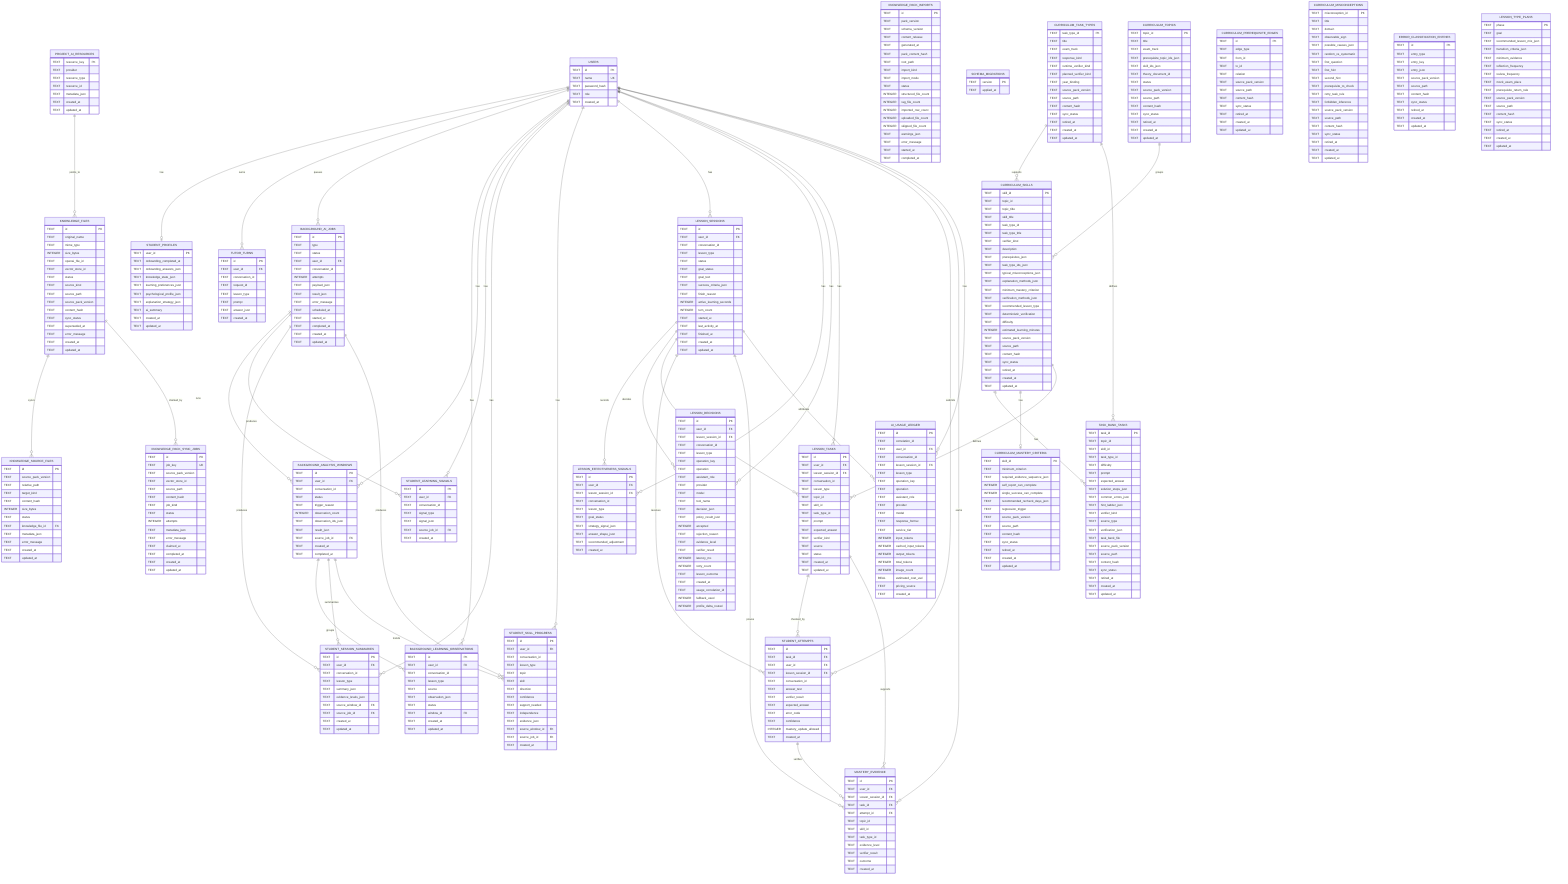
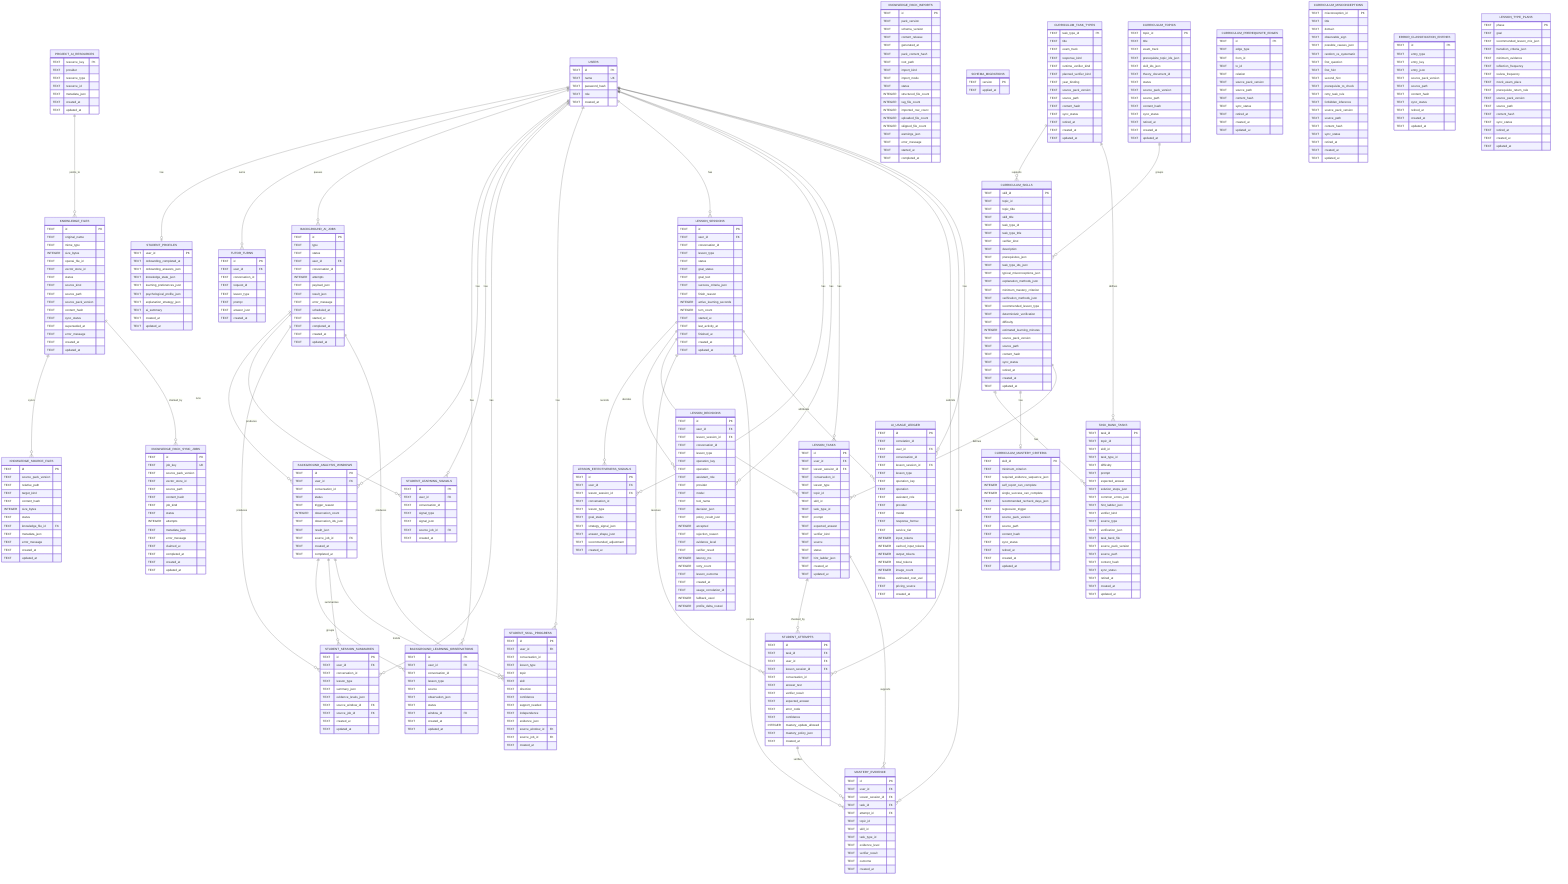
erDiagram
  USERS {
    TEXT id PK
    TEXT name UK
    TEXT password_hash
    TEXT role
    TEXT created_at
  }

  KNOWLEDGE_FILES {
    TEXT id PK
    TEXT original_name
    TEXT mime_type
    INTEGER size_bytes
    TEXT openai_file_id
    TEXT vector_store_id
    TEXT status
    TEXT source_kind
    TEXT source_path
    TEXT source_pack_version
    TEXT content_hash
    TEXT sync_status
    TEXT superseded_at
    TEXT error_message
    TEXT created_at
    TEXT updated_at
  }

  PROJECT_AI_RESOURCES {
    TEXT resource_key PK
    TEXT provider
    TEXT resource_type
    TEXT resource_id
    TEXT metadata_json
    TEXT created_at
    TEXT updated_at
  }

  KNOWLEDGE_SOURCE_FILES {
    TEXT id PK
    TEXT source_pack_version
    TEXT relative_path
    TEXT target_kind
    TEXT content_hash
    INTEGER size_bytes
    TEXT status
    TEXT knowledge_file_id FK
    TEXT metadata_json
    TEXT error_message
    TEXT created_at
    TEXT updated_at
  }

  KNOWLEDGE_PACK_IMPORTS {
    TEXT id PK
    TEXT pack_version
    TEXT schema_version
    TEXT content_release
    TEXT generated_at
    TEXT pack_content_hash
    TEXT root_path
    TEXT import_kind
    TEXT import_mode
    TEXT status
    INTEGER structured_file_count
    INTEGER rag_file_count
    INTEGER imported_row_count
    INTEGER uploaded_file_count
    INTEGER skipped_file_count
    TEXT warnings_json
    TEXT error_message
    TEXT started_at
    TEXT completed_at
  }

  KNOWLEDGE_PACK_SYNC_JOBS {
    TEXT id PK
    TEXT job_key UK
    TEXT source_pack_version
    TEXT vector_store_id
    TEXT source_path
    TEXT content_hash
    TEXT job_kind
    TEXT status
    INTEGER attempts
    TEXT metadata_json
    TEXT error_message
    TEXT claimed_at
    TEXT completed_at
    TEXT created_at
    TEXT updated_at
  }

  SCHEMA_MIGRATIONS {
    TEXT version PK
    TEXT applied_at
  }

  STUDENT_PROFILES {
    TEXT user_id PK
    TEXT onboarding_completed_at
    TEXT onboarding_answers_json
    TEXT knowledge_state_json
    TEXT learning_preferences_json
    TEXT psychological_profile_json
    TEXT explanation_strategy_json
    TEXT ai_summary
    TEXT created_at
    TEXT updated_at
  }

  TUTOR_TURNS {
    TEXT id PK
    TEXT user_id FK
    TEXT conversation_id
    TEXT request_id
    TEXT lesson_type
    TEXT prompt
    TEXT answer_json
    TEXT created_at
  }

  BACKGROUND_AI_JOBS {
    TEXT id PK
    TEXT type
    TEXT status
    TEXT user_id FK
    TEXT conversation_id
    INTEGER attempts
    TEXT payload_json
    TEXT result_json
    TEXT error_message
    TEXT scheduled_at
    TEXT started_at
    TEXT completed_at
    TEXT created_at
    TEXT updated_at
  }

  BACKGROUND_LEARNING_OBSERVATIONS {
    TEXT id PK
    TEXT user_id FK
    TEXT conversation_id
    TEXT lesson_type
    TEXT source
    TEXT observation_json
    TEXT status
    TEXT window_id FK
    TEXT created_at
    TEXT updated_at
  }

  BACKGROUND_ANALYSIS_WINDOWS {
    TEXT id PK
    TEXT user_id FK
    TEXT conversation_id
    TEXT status
    TEXT trigger_reason
    INTEGER observation_count
    TEXT observation_ids_json
    TEXT result_json
    TEXT source_job_id FK
    TEXT created_at
    TEXT completed_at
  }

  STUDENT_LEARNING_SIGNALS {
    TEXT id PK
    TEXT user_id FK
    TEXT conversation_id
    TEXT signal_type
    TEXT signal_json
    TEXT source_job_id FK
    TEXT created_at
  }

  STUDENT_SESSION_SUMMARIES {
    TEXT id PK
    TEXT user_id FK
    TEXT conversation_id
    TEXT lesson_type
    TEXT summary_json
    TEXT evidence_levels_json
    TEXT source_window_id FK
    TEXT source_job_id FK
    TEXT created_at
    TEXT updated_at
  }

  STUDENT_SKILL_PROGRESS {
    TEXT id PK
    TEXT user_id FK
    TEXT conversation_id
    TEXT lesson_type
    TEXT topic
    TEXT skill
    TEXT direction
    TEXT confidence
    TEXT support_needed
    TEXT independence
    TEXT evidence_json
    TEXT source_window_id FK
    TEXT source_job_id FK
    TEXT created_at
  }

  LESSON_SESSIONS {
    TEXT id PK
    TEXT user_id FK
    TEXT conversation_id
    TEXT lesson_type
    TEXT status
    TEXT goal_status
    TEXT goal_text
    TEXT success_criteria_json
    TEXT finish_reason
    INTEGER active_learning_seconds
    INTEGER turn_count
    TEXT started_at
    TEXT last_activity_at
    TEXT finished_at
    TEXT created_at
    TEXT updated_at
  }

  LESSON_EFFECTIVENESS_SIGNALS {
    TEXT id PK
    TEXT user_id FK
    TEXT lesson_session_id FK
    TEXT conversation_id
    TEXT lesson_type
    TEXT goal_status
    TEXT strategy_signal_json
    TEXT answer_shape_json
    TEXT recommended_adjustment
    TEXT created_at
  }

  LESSON_DECISIONS {
    TEXT id PK
    TEXT user_id FK
    TEXT lesson_session_id FK
    TEXT conversation_id
    TEXT lesson_type
    TEXT operation_key
    TEXT operation
    TEXT assistant_role
    TEXT provider
    TEXT model
    TEXT tool_name
    TEXT decision_json
    TEXT policy_result_json
    INTEGER accepted
    TEXT rejection_reason
    TEXT evidence_level
    TEXT verifier_result
    INTEGER latency_ms
    INTEGER retry_count
    TEXT lesson_outcome
    TEXT created_at
    TEXT usage_correlation_id
    INTEGER fallback_used
    INTEGER profile_delta_routed
  }

  CURRICULUM_SKILLS {
    TEXT skill_id PK
    TEXT topic_id
    TEXT topic_title
    TEXT skill_title
    TEXT task_type_id
    TEXT task_type_title
    TEXT verifier_kind
    TEXT description
    TEXT prerequisites_json
    TEXT task_type_ids_json
    TEXT typical_misconceptions_json
    TEXT explanation_methods_json
    TEXT minimum_mastery_criterion
    TEXT verification_methods_json
    TEXT recommended_lesson_type
    TEXT deterministic_verification
    TEXT difficulty
    INTEGER estimated_learning_minutes
    TEXT source_pack_version
    TEXT source_path
    TEXT content_hash
    TEXT sync_status
    TEXT retired_at
    TEXT created_at
    TEXT updated_at
  }

  CURRICULUM_TOPICS {
    TEXT topic_id PK
    TEXT title
    TEXT exam_track
    TEXT prerequisite_topic_ids_json
    TEXT skill_ids_json
    TEXT theory_document_id
    TEXT status
    TEXT source_pack_version
    TEXT source_path
    TEXT content_hash
    TEXT sync_status
    TEXT retired_at
    TEXT created_at
    TEXT updated_at
  }

  CURRICULUM_TASK_TYPES {
    TEXT task_type_id PK
    TEXT title
    TEXT exam_track
    TEXT response_kind
    TEXT runtime_verifier_kind
    TEXT planned_verifier_kind
    TEXT year_binding
    TEXT source_pack_version
    TEXT source_path
    TEXT content_hash
    TEXT sync_status
    TEXT retired_at
    TEXT created_at
    TEXT updated_at
  }

  CURRICULUM_PREREQUISITE_EDGES {
    TEXT id PK
    TEXT edge_type
    TEXT from_id
    TEXT to_id
    TEXT relation
    TEXT source_pack_version
    TEXT source_path
    TEXT content_hash
    TEXT sync_status
    TEXT retired_at
    TEXT created_at
    TEXT updated_at
  }

  CURRICULUM_MASTERY_CRITERIA {
    TEXT skill_id PK
    TEXT minimum_criterion
    TEXT required_evidence_sequence_json
    INTEGER self_report_can_complete
    INTEGER single_success_can_complete
    TEXT recommended_recheck_days_json
    TEXT regression_trigger
    TEXT source_pack_version
    TEXT source_path
    TEXT content_hash
    TEXT sync_status
    TEXT retired_at
    TEXT created_at
    TEXT updated_at
  }

  CURRICULUM_MISCONCEPTIONS {
    TEXT misconception_id PK
    TEXT title
    TEXT domain
    TEXT observable_sign
    TEXT possible_causes_json
    TEXT random_vs_systematic
    TEXT first_question
    TEXT first_hint
    TEXT second_hint
    TEXT prerequisite_to_check
    TEXT retry_task_rule
    TEXT forbidden_inference
    TEXT source_pack_version
    TEXT source_path
    TEXT content_hash
    TEXT sync_status
    TEXT retired_at
    TEXT created_at
    TEXT updated_at
  }

  ERROR_CLASSIFICATION_ENTRIES {
    TEXT id PK
    TEXT entry_type
    TEXT entry_key
    TEXT entry_json
    TEXT source_pack_version
    TEXT source_path
    TEXT content_hash
    TEXT sync_status
    TEXT retired_at
    TEXT created_at
    TEXT updated_at
  }

  LESSON_TYPE_PLANS {
    TEXT phase PK
    TEXT goal
    TEXT recommended_lesson_mix_json
    TEXT transition_criteria_json
    TEXT minimum_evidence
    TEXT reflection_frequency
    TEXT review_frequency
    TEXT mock_exam_place
    TEXT prerequisite_return_rule
    TEXT source_pack_version
    TEXT source_path
    TEXT content_hash
    TEXT sync_status
    TEXT retired_at
    TEXT created_at
    TEXT updated_at
  }

  TASK_BANK_TASKS {
    TEXT task_id PK
    TEXT topic_id
    TEXT skill_id
    TEXT task_type_id
    TEXT difficulty
    TEXT prompt
    TEXT expected_answer
    TEXT solution_steps_json
    TEXT common_errors_json
    TEXT hint_ladder_json
    TEXT verifier_kind
    TEXT source_type
    TEXT verification_json
    TEXT task_bank_file
    TEXT source_pack_version
    TEXT source_path
    TEXT content_hash
    TEXT sync_status
    TEXT retired_at
    TEXT created_at
    TEXT updated_at
  }

  LESSON_TASKS {
    TEXT id PK
    TEXT user_id FK
    TEXT lesson_session_id FK
    TEXT conversation_id
    TEXT lesson_type
    TEXT topic_id
    TEXT skill_id
    TEXT task_type_id
    TEXT prompt
    TEXT expected_answer
    TEXT verifier_kind
    TEXT source
    TEXT status
+     TEXT hint_ladder_json
    TEXT created_at
    TEXT updated_at
  }

  STUDENT_ATTEMPTS {
    TEXT id PK
    TEXT task_id FK
    TEXT user_id FK
    TEXT lesson_session_id FK
    TEXT conversation_id
    TEXT answer_text
    TEXT verifier_result
    TEXT expected_answer
    TEXT error_code
    TEXT confidence
    INTEGER mastery_update_allowed
+     TEXT mastery_policy_json
    TEXT created_at
  }

  MASTERY_EVIDENCE {
    TEXT id PK
    TEXT user_id FK
    TEXT lesson_session_id FK
    TEXT task_id FK
    TEXT attempt_id FK
    TEXT topic_id
    TEXT skill_id
    TEXT task_type_id
    TEXT evidence_level
    TEXT verifier_result
    TEXT outcome
    TEXT created_at
  }

  AI_USAGE_LEDGER {
    TEXT id PK
    TEXT correlation_id
    TEXT user_id FK
    TEXT conversation_id
    TEXT lesson_session_id FK
    TEXT lesson_type
    TEXT operation_key
    TEXT operation
    TEXT assistant_role
    TEXT provider
    TEXT model
    TEXT response_format
    TEXT service_tier
    INTEGER input_tokens
    INTEGER cached_input_tokens
    INTEGER output_tokens
    INTEGER total_tokens
    INTEGER image_count
    REAL estimated_cost_usd
    TEXT pricing_source
    TEXT created_at
  }

  USERS ||--o| STUDENT_PROFILES : has
  USERS ||--o{ TUTOR_TURNS : owns
  USERS ||--o{ BACKGROUND_AI_JOBS : queues
  USERS ||--o{ BACKGROUND_LEARNING_OBSERVATIONS : has
  USERS ||--o{ BACKGROUND_ANALYSIS_WINDOWS : has
  USERS ||--o{ STUDENT_LEARNING_SIGNALS : has
  USERS ||--o{ STUDENT_SESSION_SUMMARIES : has
  USERS ||--o{ STUDENT_SKILL_PROGRESS : has
  USERS ||--o{ LESSON_SESSIONS : has
  USERS ||--o{ LESSON_EFFECTIVENESS_SIGNALS : has
  USERS ||--o{ LESSON_DECISIONS : has
  USERS ||--o{ LESSON_TASKS : has
  USERS ||--o{ STUDENT_ATTEMPTS : submits
  USERS ||--o{ MASTERY_EVIDENCE : earns
  USERS ||--o{ AI_USAGE_LEDGER : has
  KNOWLEDGE_FILES ||--o{ KNOWLEDGE_SOURCE_FILES : syncs
  KNOWLEDGE_FILES ||--o{ KNOWLEDGE_PACK_SYNC_JOBS : claimed_by
  PROJECT_AI_RESOURCES ||--o{ KNOWLEDGE_FILES : points_to
  LESSON_SESSIONS ||--o{ LESSON_EFFECTIVENESS_SIGNALS : records
  LESSON_SESSIONS ||--o{ LESSON_DECISIONS : decides
  LESSON_SESSIONS ||--o{ LESSON_TASKS : assigns
  LESSON_SESSIONS ||--o{ STUDENT_ATTEMPTS : receives
  LESSON_SESSIONS ||--o{ MASTERY_EVIDENCE : proves
  LESSON_TASKS ||--o{ STUDENT_ATTEMPTS : checked_by
  LESSON_TASKS ||--o{ MASTERY_EVIDENCE : supports
  STUDENT_ATTEMPTS ||--o{ MASTERY_EVIDENCE : verifies
  CURRICULUM_TOPICS ||--o{ CURRICULUM_SKILLS : groups
  CURRICULUM_TASK_TYPES ||--o{ CURRICULUM_SKILLS : supports
  CURRICULUM_SKILLS ||--o{ TASK_BANK_TASKS : has
  CURRICULUM_TASK_TYPES ||--o{ TASK_BANK_TASKS : defines
  CURRICULUM_SKILLS ||--o| CURRICULUM_MASTERY_CRITERIA : has
  CURRICULUM_SKILLS ||--o{ LESSON_TASKS : defines
  LESSON_SESSIONS ||--o{ AI_USAGE_LEDGER : attributes
  BACKGROUND_ANALYSIS_WINDOWS ||--o{ BACKGROUND_LEARNING_OBSERVATIONS : groups
  BACKGROUND_ANALYSIS_WINDOWS ||--o{ STUDENT_SESSION_SUMMARIES : summarizes
  BACKGROUND_ANALYSIS_WINDOWS ||--o{ STUDENT_SKILL_PROGRESS : trends
  BACKGROUND_AI_JOBS ||--o{ BACKGROUND_ANALYSIS_WINDOWS : runs
  BACKGROUND_AI_JOBS ||--o{ STUDENT_LEARNING_SIGNALS : produces
  BACKGROUND_AI_JOBS ||--o{ STUDENT_SESSION_SUMMARIES : produces
  BACKGROUND_AI_JOBS ||--o{ STUDENT_SKILL_PROGRESS : produces
